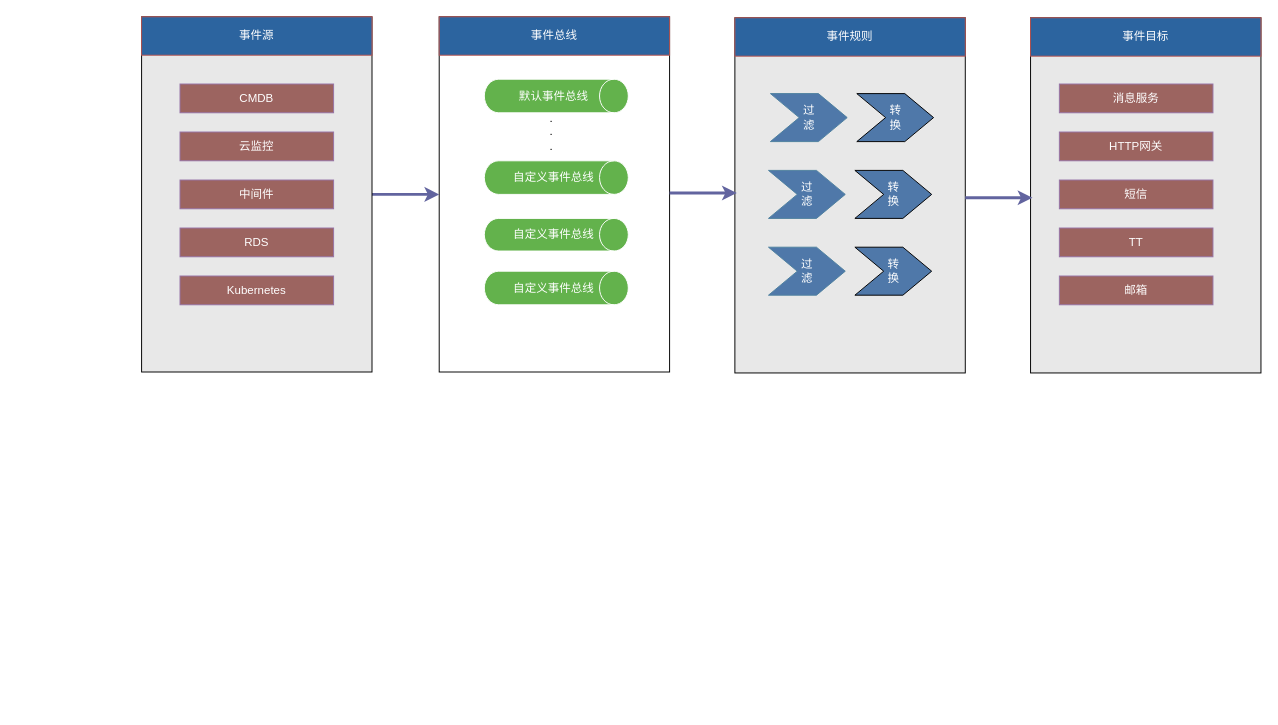
Above: EventBridge基本模型.drawio in qiangyin/zipkin-server (draw.io), before the change. Source tidied: cells renumbered, new cells numbered last; positions are measured from the earlier drawing's top-left corner, leaving out a move shared by most shapes. Both pictures are drawn from the tidied source at 96%, with x=0, y=0 at pixel (141, 16).
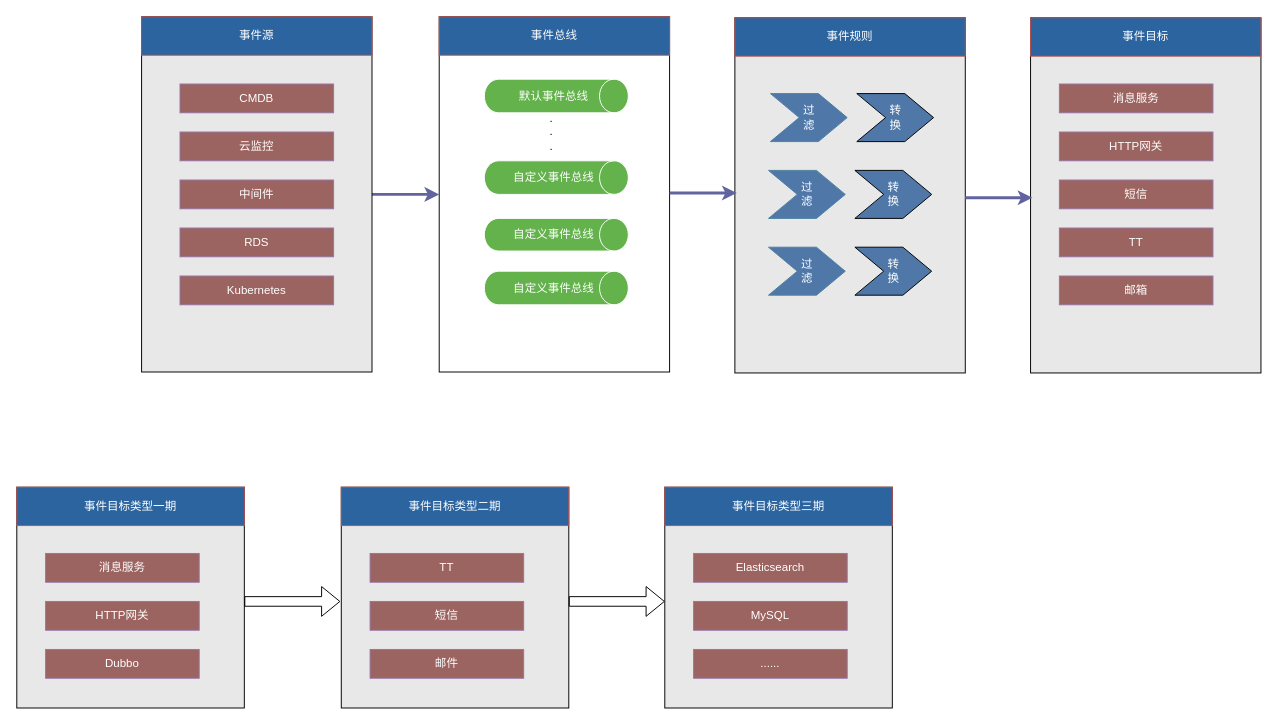
The same diagram, later.

Commit message:
更新EventBridge基本模型.drawio

Change to the diagram source:
```diff
@@
+    <mxCell id="34" style="rounded=0;whiteSpace=wrap;html=1;fillColor=#E8E8E8;" parent="1" vertex="1">
+      <mxGeometry x="-130" y="490" width="237" height="230" as="geometry" />
+    </mxCell>
+    <mxCell id="35" value="&lt;font color=&quot;#ffffff&quot;&gt;事件目标类型一期&lt;/font&gt;" style="text;html=1;align=center;verticalAlign=middle;whiteSpace=wrap;rounded=0;fillColor=#2C649F;strokeColor=#b85450;" parent="1" vertex="1">
+      <mxGeometry x="-130" y="490" width="237" height="40" as="geometry" />
+    </mxCell>
+    <mxCell id="36" value="&lt;font color=&quot;#ffffff&quot;&gt;消息服务&lt;/font&gt;" style="text;html=1;align=center;verticalAlign=middle;whiteSpace=wrap;rounded=0;fillColor=#9C6460;strokeColor=#9673a6;" parent="1" vertex="1">
+      <mxGeometry x="-100" y="559" width="160" height="30" as="geometry" />
+    </mxCell>
+    <mxCell id="37" value="&lt;font color=&quot;#ffffff&quot;&gt;Dubbo&lt;/font&gt;" style="text;html=1;align=center;verticalAlign=middle;whiteSpace=wrap;rounded=0;fillColor=#9C6460;strokeColor=#9673a6;" parent="1" vertex="1">
+      <mxGeometry x="-100" y="659" width="160" height="30" as="geometry" />
+    </mxCell>
+    <mxCell id="38" value="&lt;font color=&quot;#ffffff&quot;&gt;HTTP网关&lt;/font&gt;" style="text;html=1;align=center;verticalAlign=middle;whiteSpace=wrap;rounded=0;fillColor=#9C6460;strokeColor=#9673a6;" parent="1" vertex="1">
+      <mxGeometry x="-100" y="609" width="160" height="30" as="geometry" />
+    </mxCell>
+    <mxCell id="39" style="rounded=0;whiteSpace=wrap;html=1;fillColor=#E8E8E8;" parent="1" vertex="1">
+      <mxGeometry x="208" y="490" width="237" height="230" as="geometry" />
+    </mxCell>
+    <mxCell id="40" value="&lt;font color=&quot;#ffffff&quot;&gt;事件目标类型二期&lt;/font&gt;" style="text;html=1;align=center;verticalAlign=middle;whiteSpace=wrap;rounded=0;fillColor=#2C649F;strokeColor=#b85450;" parent="1" vertex="1">
+      <mxGeometry x="208" y="490" width="237" height="40" as="geometry" />
+    </mxCell>
+    <mxCell id="41" value="&lt;font color=&quot;#ffffff&quot;&gt;TT&lt;/font&gt;" style="text;html=1;align=center;verticalAlign=middle;whiteSpace=wrap;rounded=0;fillColor=#9C6460;strokeColor=#9673a6;" parent="1" vertex="1">
+      <mxGeometry x="238" y="559" width="160" height="30" as="geometry" />
+    </mxCell>
+    <mxCell id="42" value="&lt;font color=&quot;#ffffff&quot;&gt;邮件&lt;/font&gt;" style="text;html=1;align=center;verticalAlign=middle;whiteSpace=wrap;rounded=0;fillColor=#9C6460;strokeColor=#9673a6;" parent="1" vertex="1">
+      <mxGeometry x="238" y="659" width="160" height="30" as="geometry" />
+    </mxCell>
+    <mxCell id="43" value="&lt;font color=&quot;#ffffff&quot;&gt;短信&lt;/font&gt;" style="text;html=1;align=center;verticalAlign=middle;whiteSpace=wrap;rounded=0;fillColor=#9C6460;strokeColor=#9673a6;" parent="1" vertex="1">
+      <mxGeometry x="238" y="609" width="160" height="30" as="geometry" />
+    </mxCell>
+    <mxCell id="44" style="rounded=0;whiteSpace=wrap;html=1;fillColor=#E8E8E8;" parent="1" vertex="1">
+      <mxGeometry x="545" y="490" width="237" height="230" as="geometry" />
+    </mxCell>
+    <mxCell id="45" value="&lt;font color=&quot;#ffffff&quot;&gt;事件目标类型三期&lt;/font&gt;" style="text;html=1;align=center;verticalAlign=middle;whiteSpace=wrap;rounded=0;fillColor=#2C649F;strokeColor=#b85450;" parent="1" vertex="1">
+      <mxGeometry x="545" y="490" width="237" height="40" as="geometry" />
+    </mxCell>
+    <mxCell id="46" value="&lt;font color=&quot;#ffffff&quot;&gt;Elasticsearch&lt;/font&gt;" style="text;html=1;align=center;verticalAlign=middle;whiteSpace=wrap;rounded=0;fillColor=#9C6460;strokeColor=#9673a6;" parent="1" vertex="1">
+      <mxGeometry x="575" y="559" width="160" height="30" as="geometry" />
+    </mxCell>
+    <mxCell id="47" value="&lt;font color=&quot;#ffffff&quot;&gt;......&lt;/font&gt;" style="text;html=1;align=center;verticalAlign=middle;whiteSpace=wrap;rounded=0;fillColor=#9C6460;strokeColor=#9673a6;" parent="1" vertex="1">
+      <mxGeometry x="575" y="659" width="160" height="30" as="geometry" />
+    </mxCell>
+    <mxCell id="48" value="&lt;font color=&quot;#ffffff&quot;&gt;MySQL&lt;/font&gt;" style="text;html=1;align=center;verticalAlign=middle;whiteSpace=wrap;rounded=0;fillColor=#9C6460;strokeColor=#9673a6;" parent="1" vertex="1">
+      <mxGeometry x="575" y="609" width="160" height="30" as="geometry" />
+    </mxCell>
+    <mxCell id="49" style="shape=flexArrow;endArrow=classic;html=1;rounded=0;" parent="1" edge="1">
+      <mxGeometry relative="1" as="geometry">
+        <mxPoint x="107" y="609" as="sourcePoint" />
+        <mxPoint x="207" y="609" as="targetPoint" />
+      </mxGeometry>
+    </mxCell>
+    <mxCell id="50" style="shape=flexArrow;endArrow=classic;html=1;rounded=0;" parent="1" edge="1">
+      <mxGeometry relative="1" as="geometry">
+        <mxPoint x="445" y="609" as="sourcePoint" />
+        <mxPoint x="545" y="609" as="targetPoint" />
+      </mxGeometry>
+    </mxCell>
```
